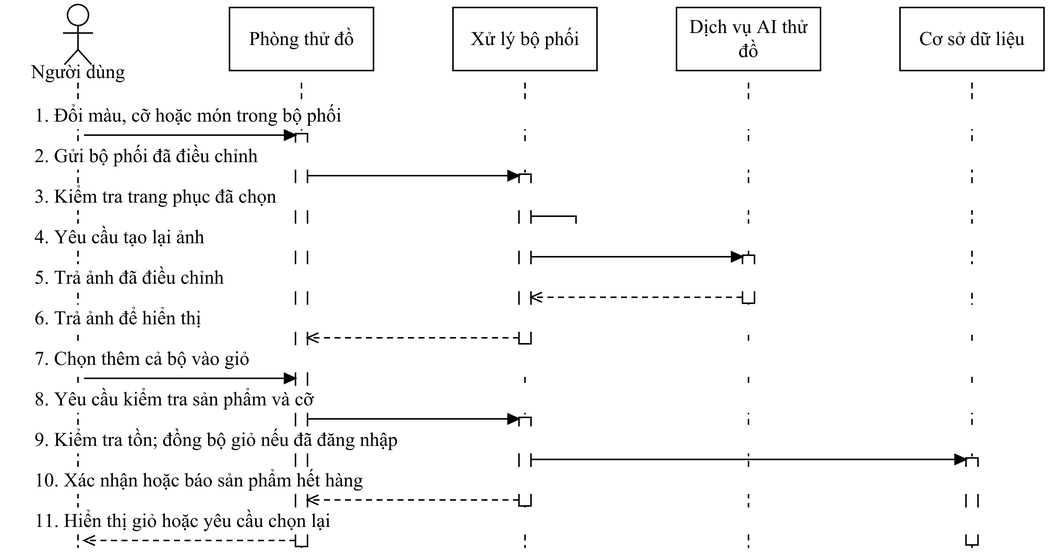
The draw.io diagram docs/do-an-LSOUL/So-do-LSOUL-rut-gon/anh-png/SEQ-17.png in Loccao102/BanHang, before a commit. Source tidied: cells renumbered, new cells last; positions are measured from the earlier drawing's top-left corner, leaving out a move shared by most shapes.
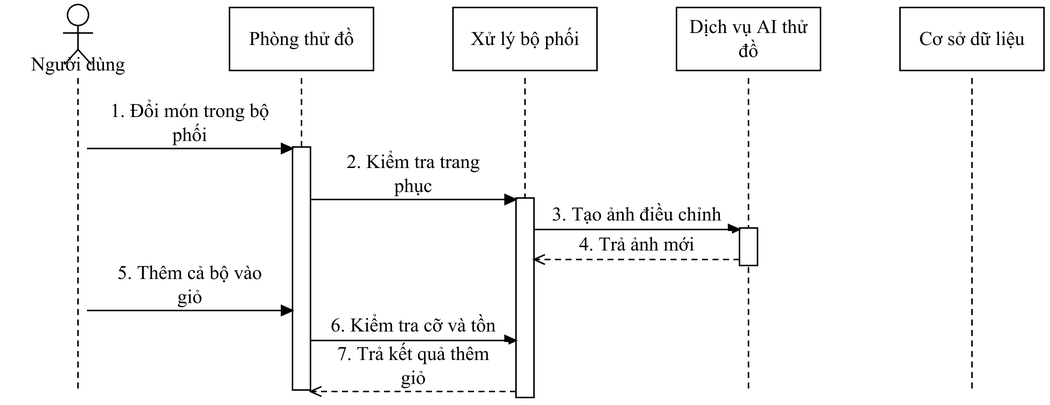
The same diagram one commit later.

What changed in the source:
```diff
@@ -6,4 +6,4 @@
       <mxGeometry relative="1" as="geometry">
-        <mxPoint x="48" y="52" as="sourcePoint" />
-        <mxPoint x="48" y="362" as="targetPoint" />
+        <mxPoint x="48" y="49" as="sourcePoint" />
+        <mxPoint x="48" y="259" as="targetPoint" />
       </mxGeometry>
@@ -12,4 +12,4 @@
       <mxGeometry relative="1" as="geometry">
-        <mxPoint x="197" y="52" as="sourcePoint" />
-        <mxPoint x="197" y="362" as="targetPoint" />
+        <mxPoint x="197" y="49" as="sourcePoint" />
+        <mxPoint x="197" y="259" as="targetPoint" />
       </mxGeometry>
@@ -18,4 +18,4 @@
       <mxGeometry relative="1" as="geometry">
-        <mxPoint x="346" y="52" as="sourcePoint" />
-        <mxPoint x="346" y="362" as="targetPoint" />
+        <mxPoint x="346" y="49" as="sourcePoint" />
+        <mxPoint x="346" y="259" as="targetPoint" />
       </mxGeometry>
@@ -24,4 +24,4 @@
       <mxGeometry relative="1" as="geometry">
-        <mxPoint x="495" y="52" as="sourcePoint" />
-        <mxPoint x="495" y="362" as="targetPoint" />
+        <mxPoint x="495" y="49" as="sourcePoint" />
+        <mxPoint x="495" y="259" as="targetPoint" />
       </mxGeometry>
@@ -30,4 +30,4 @@
       <mxGeometry relative="1" as="geometry">
-        <mxPoint x="644" y="52" as="sourcePoint" />
-        <mxPoint x="644" y="362" as="targetPoint" />
+        <mxPoint x="644" y="49" as="sourcePoint" />
+        <mxPoint x="644" y="259" as="targetPoint" />
       </mxGeometry>
@@ -35,18 +35,21 @@
     <mxCell id="7" style="fontFamily=Times New Roman;fontSize=13;fontColor=#000000;strokeColor=#000000;strokeWidth=1;fillColor=#FFFFFF;shadow=0;rounded=0;html=0;whiteSpace=wrap;spacing=5;align=center;verticalAlign=middle;" parent="1" vertex="1">
-      <mxGeometry x="491" y="167" width="8" height="32" as="geometry" />
+      <mxGeometry x="489" y="149" width="12" height="25" as="geometry" />
     </mxCell>
     <mxCell id="8" style="fontFamily=Times New Roman;fontSize=13;fontColor=#000000;strokeColor=#000000;strokeWidth=1;fillColor=#FFFFFF;shadow=0;rounded=0;html=0;whiteSpace=wrap;spacing=5;align=center;verticalAlign=middle;" parent="1" vertex="1">
-      <mxGeometry x="342" y="113" width="8" height="113" as="geometry" />
+      <mxGeometry x="340" y="129" width="12" height="133" as="geometry" />
     </mxCell>
     <mxCell id="9" style="fontFamily=Times New Roman;fontSize=13;fontColor=#000000;strokeColor=#000000;strokeWidth=1;fillColor=#FFFFFF;shadow=0;rounded=0;html=0;whiteSpace=wrap;spacing=5;align=center;verticalAlign=middle;" parent="1" vertex="1">
-      <mxGeometry x="342" y="275" width="8" height="59" as="geometry" />
+      <mxGeometry x="191" y="95" width="12" height="162" as="geometry" />
     </mxCell>
-    <mxCell id="10" style="fontFamily=Times New Roman;fontSize=13;fontColor=#000000;strokeColor=#000000;strokeWidth=1;fillColor=#FFFFFF;shadow=0;rounded=0;html=0;whiteSpace=wrap;spacing=5;align=center;verticalAlign=middle;" parent="1" vertex="1">
-      <mxGeometry x="193" y="86" width="8" height="275" as="geometry" />
+    <mxCell id="10" value="1. Đổi món trong bộ&#10;phối" style="fontFamily=Times New Roman;fontSize=13;fontColor=#000000;strokeColor=#000000;strokeWidth=1;fillColor=#FFFFFF;shadow=0;rounded=0;html=0;whiteSpace=wrap;spacing=5;text;strokeColor=none;fillColor=none;align=center;verticalAlign=middle;fillColor=#FFFFFF;" parent="1" vertex="1">
+      <mxGeometry x="59" y="63" width="127" height="32" as="geometry" />
     </mxCell>
-    <mxCell id="11" style="fontFamily=Times New Roman;fontSize=13;fontColor=#000000;strokeColor=#000000;strokeWidth=1;fillColor=#FFFFFF;shadow=0;rounded=0;html=0;whiteSpace=wrap;spacing=5;align=center;verticalAlign=middle;" parent="1" vertex="1">
-      <mxGeometry x="640" y="302" width="8" height="58" as="geometry" />
+    <mxCell id="11" style="fontFamily=Times New Roman;fontSize=13;fontColor=#000000;strokeColor=#000000;strokeWidth=1;fillColor=#FFFFFF;shadow=0;rounded=0;html=0;whiteSpace=wrap;spacing=5;endArrow=block;endFill=1;startArrow=none;" parent="1" edge="1">
+      <mxGeometry relative="1" as="geometry">
+        <mxPoint x="54" y="96" as="sourcePoint" />
+        <mxPoint x="191" y="96" as="targetPoint" />
+      </mxGeometry>
     </mxCell>
-    <mxCell id="12" value="1. Đổi màu, cỡ hoặc món trong bộ phối" style="fontFamily=Times New Roman;fontSize=13;fontColor=#000000;strokeColor=#000000;strokeWidth=1;fillColor=#FFFFFF;shadow=0;rounded=0;html=0;whiteSpace=wrap;spacing=5;text;strokeColor=none;fillColor=none;align=left;verticalAlign=middle;fillColor=#FFFFFF;" parent="1" vertex="1">
-      <mxGeometry x="14" y="65" width="664" height="18" as="geometry" />
+    <mxCell id="12" value="2. Kiểm tra trang&#10;phục" style="fontFamily=Times New Roman;fontSize=13;fontColor=#000000;strokeColor=#000000;strokeWidth=1;fillColor=#FFFFFF;shadow=0;rounded=0;html=0;whiteSpace=wrap;spacing=5;text;strokeColor=none;fillColor=none;align=center;verticalAlign=middle;fillColor=#FFFFFF;" parent="1" vertex="1">
+      <mxGeometry x="208" y="97" width="127" height="32" as="geometry" />
     </mxCell>
@@ -54,8 +57,8 @@
       <mxGeometry relative="1" as="geometry">
-        <mxPoint x="52" y="87" as="sourcePoint" />
-        <mxPoint x="193" y="87" as="targetPoint" />
+        <mxPoint x="203" y="130" as="sourcePoint" />
+        <mxPoint x="340" y="130" as="targetPoint" />
       </mxGeometry>
     </mxCell>
-    <mxCell id="14" value="2. Gửi bộ phối đã điều chỉnh" style="fontFamily=Times New Roman;fontSize=13;fontColor=#000000;strokeColor=#000000;strokeWidth=1;fillColor=#FFFFFF;shadow=0;rounded=0;html=0;whiteSpace=wrap;spacing=5;text;strokeColor=none;fillColor=none;align=left;verticalAlign=middle;fillColor=#FFFFFF;" parent="1" vertex="1">
-      <mxGeometry x="14" y="92" width="664" height="18" as="geometry" />
+    <mxCell id="14" value="3. Tạo ảnh điều chỉnh" style="fontFamily=Times New Roman;fontSize=13;fontColor=#000000;strokeColor=#000000;strokeWidth=1;fillColor=#FFFFFF;shadow=0;rounded=0;html=0;whiteSpace=wrap;spacing=5;text;strokeColor=none;fillColor=none;align=center;verticalAlign=middle;fillColor=#FFFFFF;" parent="1" vertex="1">
+      <mxGeometry x="357" y="131" width="127" height="18" as="geometry" />
     </mxCell>
@@ -63,21 +66,17 @@
       <mxGeometry relative="1" as="geometry">
-        <mxPoint x="201" y="114" as="sourcePoint" />
-        <mxPoint x="342" y="114" as="targetPoint" />
+        <mxPoint x="352" y="150" as="sourcePoint" />
+        <mxPoint x="489" y="150" as="targetPoint" />
       </mxGeometry>
     </mxCell>
-    <mxCell id="16" value="3. Kiểm tra trang phục đã chọn" style="fontFamily=Times New Roman;fontSize=13;fontColor=#000000;strokeColor=#000000;strokeWidth=1;fillColor=#FFFFFF;shadow=0;rounded=0;html=0;whiteSpace=wrap;spacing=5;text;strokeColor=none;fillColor=none;align=left;verticalAlign=middle;fillColor=#FFFFFF;" parent="1" vertex="1">
-      <mxGeometry x="14" y="119" width="664" height="18" as="geometry" />
+    <mxCell id="16" value="4. Trả ảnh mới" style="fontFamily=Times New Roman;fontSize=13;fontColor=#000000;strokeColor=#000000;strokeWidth=1;fillColor=#FFFFFF;shadow=0;rounded=0;html=0;whiteSpace=wrap;spacing=5;text;strokeColor=none;fillColor=none;align=center;verticalAlign=middle;fillColor=#FFFFFF;" parent="1" vertex="1">
+      <mxGeometry x="357" y="151" width="127" height="18" as="geometry" />
     </mxCell>
-    <mxCell id="17" style="fontFamily=Times New Roman;fontSize=13;fontColor=#000000;strokeColor=#000000;strokeWidth=1;fillColor=#FFFFFF;shadow=0;rounded=0;html=0;whiteSpace=wrap;spacing=5;endArrow=block;endFill=1;startArrow=none;" parent="1" edge="1">
+    <mxCell id="17" style="fontFamily=Times New Roman;fontSize=13;fontColor=#000000;strokeColor=#000000;strokeWidth=1;fillColor=#FFFFFF;shadow=0;rounded=0;html=0;whiteSpace=wrap;spacing=5;endArrow=open;endFill=1;startArrow=none;dashed=1;dashPattern=4 3;" parent="1" edge="1">
       <mxGeometry relative="1" as="geometry">
-        <mxPoint x="350" y="141" as="sourcePoint" />
-        <mxPoint x="351" y="153" as="targetPoint" />
-        <Array as="points">
-          <mxPoint x="380" y="141" />
-          <mxPoint x="380" y="153" />
-        </Array>
+        <mxPoint x="489" y="170" as="sourcePoint" />
+        <mxPoint x="352" y="170" as="targetPoint" />
       </mxGeometry>
     </mxCell>
-    <mxCell id="18" value="4. Yêu cầu tạo lại ảnh" style="fontFamily=Times New Roman;fontSize=13;fontColor=#000000;strokeColor=#000000;strokeWidth=1;fillColor=#FFFFFF;shadow=0;rounded=0;html=0;whiteSpace=wrap;spacing=5;text;strokeColor=none;fillColor=none;align=left;verticalAlign=middle;fillColor=#FFFFFF;" parent="1" vertex="1">
-      <mxGeometry x="14" y="146" width="664" height="18" as="geometry" />
+    <mxCell id="18" value="5. Thêm cả bộ vào&#10;giỏ" style="fontFamily=Times New Roman;fontSize=13;fontColor=#000000;strokeColor=#000000;strokeWidth=1;fillColor=#FFFFFF;shadow=0;rounded=0;html=0;whiteSpace=wrap;spacing=5;text;strokeColor=none;fillColor=none;align=center;verticalAlign=middle;fillColor=#FFFFFF;" parent="1" vertex="1">
+      <mxGeometry x="59" y="171" width="127" height="32" as="geometry" />
     </mxCell>
@@ -85,17 +84,17 @@
       <mxGeometry relative="1" as="geometry">
-        <mxPoint x="350" y="168" as="sourcePoint" />
-        <mxPoint x="491" y="168" as="targetPoint" />
+        <mxPoint x="54" y="204" as="sourcePoint" />
+        <mxPoint x="191" y="204" as="targetPoint" />
       </mxGeometry>
     </mxCell>
-    <mxCell id="20" value="5. Trả ảnh đã điều chỉnh" style="fontFamily=Times New Roman;fontSize=13;fontColor=#000000;strokeColor=#000000;strokeWidth=1;fillColor=#FFFFFF;shadow=0;rounded=0;html=0;whiteSpace=wrap;spacing=5;text;strokeColor=none;fillColor=none;align=left;verticalAlign=middle;fillColor=#FFFFFF;" parent="1" vertex="1">
-      <mxGeometry x="14" y="173" width="664" height="18" as="geometry" />
+    <mxCell id="20" value="6. Kiểm tra cỡ và tồn" style="fontFamily=Times New Roman;fontSize=13;fontColor=#000000;strokeColor=#000000;strokeWidth=1;fillColor=#FFFFFF;shadow=0;rounded=0;html=0;whiteSpace=wrap;spacing=5;text;strokeColor=none;fillColor=none;align=center;verticalAlign=middle;fillColor=#FFFFFF;" parent="1" vertex="1">
+      <mxGeometry x="208" y="205" width="127" height="18" as="geometry" />
     </mxCell>
-    <mxCell id="21" style="fontFamily=Times New Roman;fontSize=13;fontColor=#000000;strokeColor=#000000;strokeWidth=1;fillColor=#FFFFFF;shadow=0;rounded=0;html=0;whiteSpace=wrap;spacing=5;endArrow=open;endFill=1;startArrow=none;dashed=1;dashPattern=4 3;" parent="1" edge="1">
+    <mxCell id="21" style="fontFamily=Times New Roman;fontSize=13;fontColor=#000000;strokeColor=#000000;strokeWidth=1;fillColor=#FFFFFF;shadow=0;rounded=0;html=0;whiteSpace=wrap;spacing=5;endArrow=block;endFill=1;startArrow=none;" parent="1" edge="1">
       <mxGeometry relative="1" as="geometry">
-        <mxPoint x="491" y="195" as="sourcePoint" />
-        <mxPoint x="350" y="195" as="targetPoint" />
+        <mxPoint x="203" y="224" as="sourcePoint" />
+        <mxPoint x="340" y="224" as="targetPoint" />
       </mxGeometry>
     </mxCell>
-    <mxCell id="22" value="6. Trả ảnh để hiển thị" style="fontFamily=Times New Roman;fontSize=13;fontColor=#000000;strokeColor=#000000;strokeWidth=1;fillColor=#FFFFFF;shadow=0;rounded=0;html=0;whiteSpace=wrap;spacing=5;text;strokeColor=none;fillColor=none;align=left;verticalAlign=middle;fillColor=#FFFFFF;" parent="1" vertex="1">
-      <mxGeometry x="14" y="200" width="664" height="18" as="geometry" />
+    <mxCell id="22" value="7. Trả kết quả thêm&#10;giỏ" style="fontFamily=Times New Roman;fontSize=13;fontColor=#000000;strokeColor=#000000;strokeWidth=1;fillColor=#FFFFFF;shadow=0;rounded=0;html=0;whiteSpace=wrap;spacing=5;text;strokeColor=none;fillColor=none;align=center;verticalAlign=middle;fillColor=#FFFFFF;" parent="1" vertex="1">
+      <mxGeometry x="208" y="225" width="127" height="32" as="geometry" />
     </mxCell>
@@ -103,81 +102,36 @@
       <mxGeometry relative="1" as="geometry">
-        <mxPoint x="342" y="222" as="sourcePoint" />
-        <mxPoint x="201" y="222" as="targetPoint" />
+        <mxPoint x="340" y="258" as="sourcePoint" />
+        <mxPoint x="203" y="258" as="targetPoint" />
       </mxGeometry>
     </mxCell>
-    <mxCell id="24" value="7. Chọn thêm cả bộ vào giỏ" style="fontFamily=Times New Roman;fontSize=13;fontColor=#000000;strokeColor=#000000;strokeWidth=1;fillColor=#FFFFFF;shadow=0;rounded=0;html=0;whiteSpace=wrap;spacing=5;text;strokeColor=none;fillColor=none;align=left;verticalAlign=middle;fillColor=#FFFFFF;" parent="1" vertex="1">
-      <mxGeometry x="14" y="227" width="664" height="18" as="geometry" />
+    <mxCell id="24" style="fontFamily=Times New Roman;fontSize=13;fontColor=#000000;strokeColor=#000000;strokeWidth=1;fillColor=#FFFFFF;shadow=0;rounded=0;html=0;whiteSpace=wrap;spacing=5;ellipse;perimeter=ellipsePerimeter;align=center;verticalAlign=middle;" parent="1" vertex="1">
+      <mxGeometry x="41" width="14" height="14" as="geometry" />
     </mxCell>
-    <mxCell id="25" style="fontFamily=Times New Roman;fontSize=13;fontColor=#000000;strokeColor=#000000;strokeWidth=1;fillColor=#FFFFFF;shadow=0;rounded=0;html=0;whiteSpace=wrap;spacing=5;endArrow=block;endFill=1;startArrow=none;" parent="1" edge="1">
+    <mxCell id="25" style="fontFamily=Times New Roman;fontSize=13;fontColor=#000000;strokeColor=#000000;strokeWidth=1;fillColor=#FFFFFF;shadow=0;rounded=0;html=0;whiteSpace=wrap;spacing=5;endArrow=none;endFill=1;startArrow=none;" parent="1" edge="1">
       <mxGeometry relative="1" as="geometry">
-        <mxPoint x="52" y="249" as="sourcePoint" />
-        <mxPoint x="193" y="249" as="targetPoint" />
+        <mxPoint x="48" y="14" as="sourcePoint" />
+        <mxPoint x="48" y="30" as="targetPoint" />
       </mxGeometry>
     </mxCell>
-    <mxCell id="26" value="8. Yêu cầu kiểm tra sản phẩm và cỡ" style="fontFamily=Times New Roman;fontSize=13;fontColor=#000000;strokeColor=#000000;strokeWidth=1;fillColor=#FFFFFF;shadow=0;rounded=0;html=0;whiteSpace=wrap;spacing=5;text;strokeColor=none;fillColor=none;align=left;verticalAlign=middle;fillColor=#FFFFFF;" parent="1" vertex="1">
-      <mxGeometry x="14" y="254" width="664" height="18" as="geometry" />
+    <mxCell id="26" style="fontFamily=Times New Roman;fontSize=13;fontColor=#000000;strokeColor=#000000;strokeWidth=1;fillColor=#FFFFFF;shadow=0;rounded=0;html=0;whiteSpace=wrap;spacing=5;endArrow=none;endFill=1;startArrow=none;" parent="1" edge="1">
+      <mxGeometry relative="1" as="geometry">
+        <mxPoint x="38" y="19" as="sourcePoint" />
+        <mxPoint x="58" y="19" as="targetPoint" />
+      </mxGeometry>
     </mxCell>
-    <mxCell id="27" style="fontFamily=Times New Roman;fontSize=13;fontColor=#000000;strokeColor=#000000;strokeWidth=1;fillColor=#FFFFFF;shadow=0;rounded=0;html=0;whiteSpace=wrap;spacing=5;endArrow=block;endFill=1;startArrow=none;" parent="1" edge="1">
+    <mxCell id="27" style="fontFamily=Times New Roman;fontSize=13;fontColor=#000000;strokeColor=#000000;strokeWidth=1;fillColor=#FFFFFF;shadow=0;rounded=0;html=0;whiteSpace=wrap;spacing=5;endArrow=none;endFill=1;startArrow=none;" parent="1" edge="1">
       <mxGeometry relative="1" as="geometry">
-        <mxPoint x="201" y="276" as="sourcePoint" />
-        <mxPoint x="342" y="276" as="targetPoint" />
+        <mxPoint x="48" y="30" as="sourcePoint" />
+        <mxPoint x="39" y="40" as="targetPoint" />
       </mxGeometry>
     </mxCell>
-    <mxCell id="28" value="9. Kiểm tra tồn; đồng bộ giỏ nếu đã đăng nhập" style="fontFamily=Times New Roman;fontSize=13;fontColor=#000000;strokeColor=#000000;strokeWidth=1;fillColor=#FFFFFF;shadow=0;rounded=0;html=0;whiteSpace=wrap;spacing=5;text;strokeColor=none;fillColor=none;align=left;verticalAlign=middle;fillColor=#FFFFFF;" parent="1" vertex="1">
-      <mxGeometry x="14" y="281" width="664" height="18" as="geometry" />
+    <mxCell id="28" style="fontFamily=Times New Roman;fontSize=13;fontColor=#000000;strokeColor=#000000;strokeWidth=1;fillColor=#FFFFFF;shadow=0;rounded=0;html=0;whiteSpace=wrap;spacing=5;endArrow=none;endFill=1;startArrow=none;" parent="1" edge="1">
+      <mxGeometry relative="1" as="geometry">
+        <mxPoint x="48" y="30" as="sourcePoint" />
+        <mxPoint x="57" y="40" as="targetPoint" />
+      </mxGeometry>
     </mxCell>
-    <mxCell id="29" style="fontFamily=Times New Roman;fontSize=13;fontColor=#000000;strokeColor=#000000;strokeWidth=1;fillColor=#FFFFFF;shadow=0;rounded=0;html=0;whiteSpace=wrap;spacing=5;endArrow=block;endFill=1;startArrow=none;" parent="1" edge="1">
-      <mxGeometry relative="1" as="geometry">
-        <mxPoint x="350" y="303" as="sourcePoint" />
-        <mxPoint x="640" y="303" as="targetPoint" />
-      </mxGeometry>
+    <mxCell id="29" value="Người dùng" style="fontFamily=Times New Roman;fontSize=13;fontColor=#000000;strokeColor=#000000;strokeWidth=1;fillColor=#FFFFFF;shadow=0;rounded=0;html=0;whiteSpace=wrap;spacing=5;text;strokeColor=none;fillColor=none;align=center;verticalAlign=middle;" parent="1" vertex="1">
+      <mxGeometry y="32" width="96" height="16" as="geometry" />
     </mxCell>
-    <mxCell id="30" value="10. Xác nhận hoặc báo sản phẩm hết hàng" style="fontFamily=Times New Roman;fontSize=13;fontColor=#000000;strokeColor=#000000;strokeWidth=1;fillColor=#FFFFFF;shadow=0;rounded=0;html=0;whiteSpace=wrap;spacing=5;text;strokeColor=none;fillColor=none;align=left;verticalAlign=middle;fillColor=#FFFFFF;" parent="1" vertex="1">
-      <mxGeometry x="14" y="308" width="664" height="18" as="geometry" />
-    </mxCell>
-    <mxCell id="31" style="fontFamily=Times New Roman;fontSize=13;fontColor=#000000;strokeColor=#000000;strokeWidth=1;fillColor=#FFFFFF;shadow=0;rounded=0;html=0;whiteSpace=wrap;spacing=5;endArrow=open;endFill=1;startArrow=none;dashed=1;dashPattern=4 3;" parent="1" edge="1">
-      <mxGeometry relative="1" as="geometry">
-        <mxPoint x="342" y="330" as="sourcePoint" />
-        <mxPoint x="201" y="330" as="targetPoint" />
-      </mxGeometry>
-    </mxCell>
-    <mxCell id="32" value="11. Hiển thị giỏ hoặc yêu cầu chọn lại" style="fontFamily=Times New Roman;fontSize=13;fontColor=#000000;strokeColor=#000000;strokeWidth=1;fillColor=#FFFFFF;shadow=0;rounded=0;html=0;whiteSpace=wrap;spacing=5;text;strokeColor=none;fillColor=none;align=left;verticalAlign=middle;fillColor=#FFFFFF;" parent="1" vertex="1">
-      <mxGeometry x="14" y="335" width="664" height="18" as="geometry" />
-    </mxCell>
-    <mxCell id="33" style="fontFamily=Times New Roman;fontSize=13;fontColor=#000000;strokeColor=#000000;strokeWidth=1;fillColor=#FFFFFF;shadow=0;rounded=0;html=0;whiteSpace=wrap;spacing=5;endArrow=open;endFill=1;startArrow=none;dashed=1;dashPattern=4 3;" parent="1" edge="1">
-      <mxGeometry relative="1" as="geometry">
-        <mxPoint x="193" y="357" as="sourcePoint" />
-        <mxPoint x="52" y="357" as="targetPoint" />
-      </mxGeometry>
-    </mxCell>
-    <mxCell id="34" style="fontFamily=Times New Roman;fontSize=13;fontColor=#000000;strokeColor=#000000;strokeWidth=1;fillColor=#FFFFFF;shadow=0;rounded=0;html=0;whiteSpace=wrap;spacing=5;ellipse;perimeter=ellipsePerimeter;align=center;verticalAlign=middle;" parent="1" vertex="1">
-      <mxGeometry x="41" width="14" height="14" as="geometry" />
-    </mxCell>
-    <mxCell id="35" style="fontFamily=Times New Roman;fontSize=13;fontColor=#000000;strokeColor=#000000;strokeWidth=1;fillColor=#FFFFFF;shadow=0;rounded=0;html=0;whiteSpace=wrap;spacing=5;endArrow=none;endFill=1;startArrow=none;" parent="1" edge="1">
-      <mxGeometry relative="1" as="geometry">
-        <mxPoint x="48" y="14" as="sourcePoint" />
-        <mxPoint x="48" y="30" as="targetPoint" />
-      </mxGeometry>
-    </mxCell>
-    <mxCell id="36" style="fontFamily=Times New Roman;fontSize=13;fontColor=#000000;strokeColor=#000000;strokeWidth=1;fillColor=#FFFFFF;shadow=0;rounded=0;html=0;whiteSpace=wrap;spacing=5;endArrow=none;endFill=1;startArrow=none;" parent="1" edge="1">
-      <mxGeometry relative="1" as="geometry">
-        <mxPoint x="38" y="19" as="sourcePoint" />
-        <mxPoint x="58" y="19" as="targetPoint" />
-      </mxGeometry>
-    </mxCell>
-    <mxCell id="37" style="fontFamily=Times New Roman;fontSize=13;fontColor=#000000;strokeColor=#000000;strokeWidth=1;fillColor=#FFFFFF;shadow=0;rounded=0;html=0;whiteSpace=wrap;spacing=5;endArrow=none;endFill=1;startArrow=none;" parent="1" edge="1">
-      <mxGeometry relative="1" as="geometry">
-        <mxPoint x="48" y="30" as="sourcePoint" />
-        <mxPoint x="39" y="40" as="targetPoint" />
-      </mxGeometry>
-    </mxCell>
-    <mxCell id="38" style="fontFamily=Times New Roman;fontSize=13;fontColor=#000000;strokeColor=#000000;strokeWidth=1;fillColor=#FFFFFF;shadow=0;rounded=0;html=0;whiteSpace=wrap;spacing=5;endArrow=none;endFill=1;startArrow=none;" parent="1" edge="1">
-      <mxGeometry relative="1" as="geometry">
-        <mxPoint x="48" y="30" as="sourcePoint" />
-        <mxPoint x="57" y="40" as="targetPoint" />
-      </mxGeometry>
-    </mxCell>
-    <mxCell id="39" value="Người dùng" style="fontFamily=Times New Roman;fontSize=13;fontColor=#000000;strokeColor=#000000;strokeWidth=1;fillColor=#FFFFFF;shadow=0;rounded=0;html=0;whiteSpace=wrap;spacing=5;text;strokeColor=none;fillColor=none;align=center;verticalAlign=middle;" parent="1" vertex="1">
-      <mxGeometry y="37" width="96" height="16" as="geometry" />
-    </mxCell>
     <mxCell id="40" value="Phòng thử đồ" style="fontFamily=Times New Roman;fontSize=13;fontColor=#000000;strokeColor=#000000;strokeWidth=1;fillColor=#FFFFFF;shadow=0;rounded=0;html=0;whiteSpace=wrap;spacing=5;align=center;verticalAlign=middle;" parent="1" vertex="1">
```
